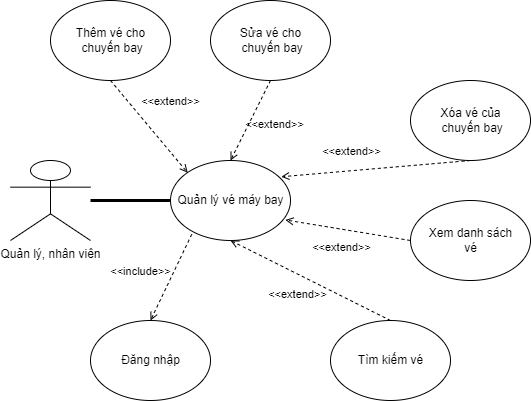
This is Báo Cáo/Diagram/Usecase/Usecase_VeMayBay.png from Kindaichicao/plane-ticket, a draw.io export, as it was before one commit. Source tidied: cells renumbered, new cells last; positions are measured from the earlier drawing's top-left corner, leaving out a move shared by most shapes.
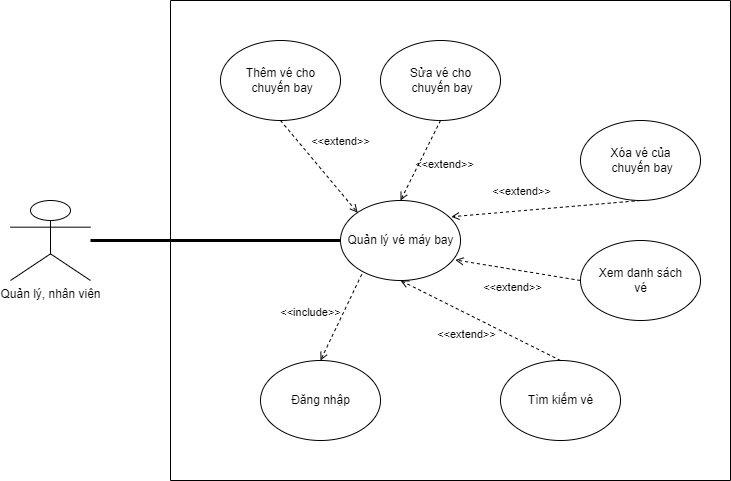
Later version of the same file.

Change to the diagram source:
```diff
@@ -2,8 +2,11 @@
   <root>
     <mxCell id="0" />
     <mxCell id="1" parent="0" />
+    <mxCell id="17" style="swimlane;startSize=0;" parent="1" vertex="1">
+      <mxGeometry x="-10" y="-40" width="560" height="480" as="geometry" />
+    </mxCell>
     <mxCell id="2" value="Quản lý, nhân viên" style="shape=umlActor;verticalLabelPosition=bottom;verticalAlign=top;html=1;" parent="1" vertex="1">
-      <mxGeometry y="160" width="80" height="80" as="geometry" />
+      <mxGeometry x="-170" y="160" width="80" height="80" as="geometry" />
     </mxCell>
     <mxCell id="3" value="Quản lý vé máy bay" style="shape=ellipse;horizontal=1;html=1;dashed=0;" parent="1" vertex="1">
       <mxGeometry x="160" y="160" width="120" height="80" as="geometry" />
```
